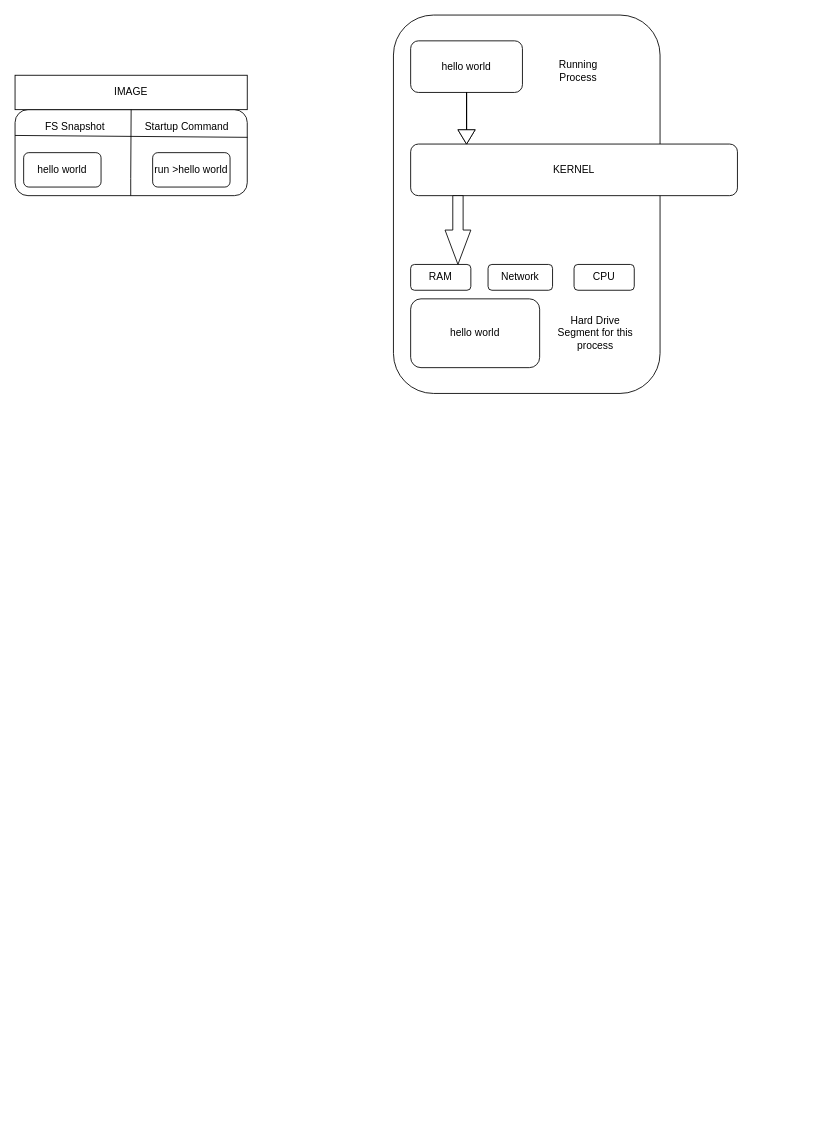
msingh-dev/Docker keeps this draw.io diagram as Docker.drawio. Above is the earlier version. Source tidied: cells renumbered, new cells numbered last; positions are measured from the earlier drawing's top-left corner, leaving out a move shared by most shapes. Both pictures are drawn from the tidied source at 86%, with x=0, y=0 at pixel (15, 15).
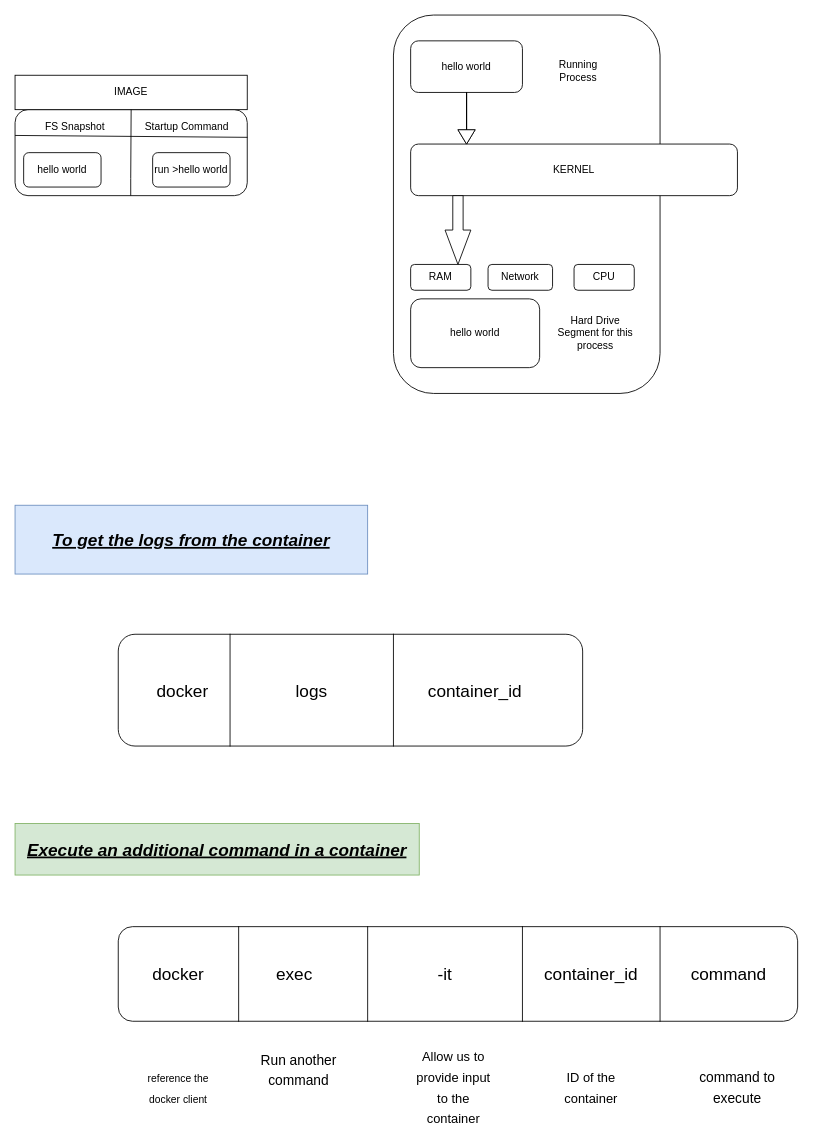
After the change.

What changed in the source:
```diff
@@
+    <mxCell id="22" style="rounded=1;whiteSpace=wrap;html=1;" parent="1" vertex="1">
+      <mxGeometry x="120" y="720" width="540" height="130" as="geometry" />
+    </mxCell>
+    <mxCell id="23" style="shape=partialRectangle;whiteSpace=wrap;html=1;right=0;top=0;bottom=0;fillColor=none;routingCenterX=-0.5;" parent="1" vertex="1">
+      <mxGeometry x="250" y="720" width="120" height="130" as="geometry" />
+    </mxCell>
+    <mxCell id="24" style="shape=partialRectangle;whiteSpace=wrap;html=1;right=0;top=0;bottom=0;fillColor=none;routingCenterX=-0.5;" parent="1" vertex="1">
+      <mxGeometry x="440" y="720" width="120" height="130" as="geometry" />
+    </mxCell>
+    <mxCell id="25" value="&lt;font style=&quot;font-size: 20px&quot;&gt;docker&lt;/font&gt;" style="text;html=1;strokeColor=none;fillColor=none;align=center;verticalAlign=middle;whiteSpace=wrap;rounded=0;" parent="1" vertex="1">
+      <mxGeometry x="150" y="760" width="90" height="50" as="geometry" />
+    </mxCell>
+    <mxCell id="26" value="logs" style="text;html=1;strokeColor=none;fillColor=none;align=center;verticalAlign=middle;whiteSpace=wrap;rounded=0;fontSize=20;" parent="1" vertex="1">
+      <mxGeometry x="315" y="770" width="60" height="30" as="geometry" />
+    </mxCell>
+    <mxCell id="27" value="container_id" style="text;html=1;strokeColor=none;fillColor=none;align=center;verticalAlign=middle;whiteSpace=wrap;rounded=0;fontSize=20;" parent="1" vertex="1">
+      <mxGeometry x="460" y="770" width="150" height="30" as="geometry" />
+    </mxCell>
+    <mxCell id="28" value="&lt;b&gt;&lt;i&gt;&lt;u&gt;To get the logs from the container&lt;/u&gt;&lt;/i&gt;&lt;/b&gt;" style="text;html=1;strokeColor=#6c8ebf;fillColor=#dae8fc;align=center;verticalAlign=middle;whiteSpace=wrap;rounded=0;fontSize=20;" parent="1" vertex="1">
+      <mxGeometry y="570" width="410" height="80" as="geometry" />
+    </mxCell>
+    <mxCell id="29" value="&lt;b&gt;&lt;u&gt;&lt;i&gt;Execute an additional command in a container&lt;/i&gt;&lt;/u&gt;&lt;/b&gt;" style="text;html=1;strokeColor=#82b366;fillColor=#d5e8d4;align=center;verticalAlign=middle;whiteSpace=wrap;rounded=0;fontSize=20;" parent="1" vertex="1">
+      <mxGeometry y="940" width="470" height="60" as="geometry" />
+    </mxCell>
+    <mxCell id="30" style="rounded=1;whiteSpace=wrap;html=1;fontSize=20;" parent="1" vertex="1">
+      <mxGeometry x="120" y="1060" width="790" height="110" as="geometry" />
+    </mxCell>
+    <mxCell id="31" style="shape=partialRectangle;whiteSpace=wrap;html=1;right=0;top=0;bottom=0;fillColor=none;routingCenterX=-0.5;fontSize=20;" parent="1" vertex="1">
+      <mxGeometry x="260" y="1060" width="130" height="110" as="geometry" />
+    </mxCell>
+    <mxCell id="32" style="shape=partialRectangle;whiteSpace=wrap;html=1;right=0;top=0;bottom=0;fillColor=none;routingCenterX=-0.5;fontSize=20;" parent="1" vertex="1">
+      <mxGeometry x="410" y="1060" width="120" height="110" as="geometry" />
+    </mxCell>
+    <mxCell id="33" style="shape=partialRectangle;whiteSpace=wrap;html=1;right=0;top=0;bottom=0;fillColor=none;routingCenterX=-0.5;fontSize=20;" parent="1" vertex="1">
+      <mxGeometry x="590" y="1060" width="110" height="110" as="geometry" />
+    </mxCell>
+    <mxCell id="34" style="shape=partialRectangle;whiteSpace=wrap;html=1;right=0;top=0;bottom=0;fillColor=none;routingCenterX=-0.5;fontSize=20;" parent="1" vertex="1">
+      <mxGeometry x="750" y="1060" width="120" height="110" as="geometry" />
+    </mxCell>
+    <mxCell id="35" value="docker" style="text;html=1;strokeColor=none;fillColor=none;align=center;verticalAlign=middle;whiteSpace=wrap;rounded=0;fontSize=20;" parent="1" vertex="1">
+      <mxGeometry x="160" y="1100" width="60" height="30" as="geometry" />
+    </mxCell>
+    <mxCell id="36" value="exec" style="text;html=1;strokeColor=none;fillColor=none;align=center;verticalAlign=middle;whiteSpace=wrap;rounded=0;fontSize=20;" parent="1" vertex="1">
+      <mxGeometry x="295" y="1100" width="60" height="30" as="geometry" />
+    </mxCell>
+    <mxCell id="37" value="-it" style="text;html=1;strokeColor=none;fillColor=none;align=center;verticalAlign=middle;whiteSpace=wrap;rounded=0;fontSize=20;" parent="1" vertex="1">
+      <mxGeometry x="470" y="1100" width="60" height="30" as="geometry" />
+    </mxCell>
+    <mxCell id="38" value="container_id" style="text;html=1;strokeColor=none;fillColor=none;align=center;verticalAlign=middle;whiteSpace=wrap;rounded=0;fontSize=20;" parent="1" vertex="1">
+      <mxGeometry x="640" y="1100" width="60" height="30" as="geometry" />
+    </mxCell>
+    <mxCell id="39" value="command" style="text;html=1;strokeColor=none;fillColor=none;align=center;verticalAlign=middle;whiteSpace=wrap;rounded=0;fontSize=20;" parent="1" vertex="1">
+      <mxGeometry x="800" y="1100" width="60" height="30" as="geometry" />
+    </mxCell>
+    <mxCell id="40" value="&lt;font style=&quot;font-size: 12px&quot;&gt;reference the docker client&lt;/font&gt;" style="text;html=1;strokeColor=none;fillColor=none;align=center;verticalAlign=middle;whiteSpace=wrap;rounded=0;fontSize=20;" parent="1" vertex="1">
+      <mxGeometry x="140" y="1220" width="100" height="50" as="geometry" />
+    </mxCell>
+    <mxCell id="41" value="&lt;font style=&quot;font-size: 16px&quot;&gt;Run another command&lt;/font&gt;" style="text;html=1;strokeColor=none;fillColor=none;align=center;verticalAlign=middle;whiteSpace=wrap;rounded=0;fontSize=20;" parent="1" vertex="1">
+      <mxGeometry x="280" y="1200" width="100" height="50" as="geometry" />
+    </mxCell>
+    <mxCell id="42" value="&lt;font style=&quot;font-size: 15px&quot;&gt;Allow us to provide input to the container&lt;/font&gt;" style="text;html=1;strokeColor=none;fillColor=none;align=center;verticalAlign=middle;whiteSpace=wrap;rounded=0;fontSize=20;" parent="1" vertex="1">
+      <mxGeometry x="460" y="1220" width="100" height="50" as="geometry" />
+    </mxCell>
+    <mxCell id="43" value="&lt;font style=&quot;font-size: 15px&quot;&gt;ID of the container&lt;/font&gt;" style="text;html=1;strokeColor=none;fillColor=none;align=center;verticalAlign=middle;whiteSpace=wrap;rounded=0;fontSize=20;" parent="1" vertex="1">
+      <mxGeometry x="620" y="1220" width="100" height="50" as="geometry" />
+    </mxCell>
+    <mxCell id="44" value="&lt;font style=&quot;font-size: 16px&quot;&gt;command to execute&lt;/font&gt;" style="text;html=1;strokeColor=none;fillColor=none;align=center;verticalAlign=middle;whiteSpace=wrap;rounded=0;fontSize=20;" parent="1" vertex="1">
+      <mxGeometry x="790" y="1220" width="100" height="50" as="geometry" />
+    </mxCell>
```
